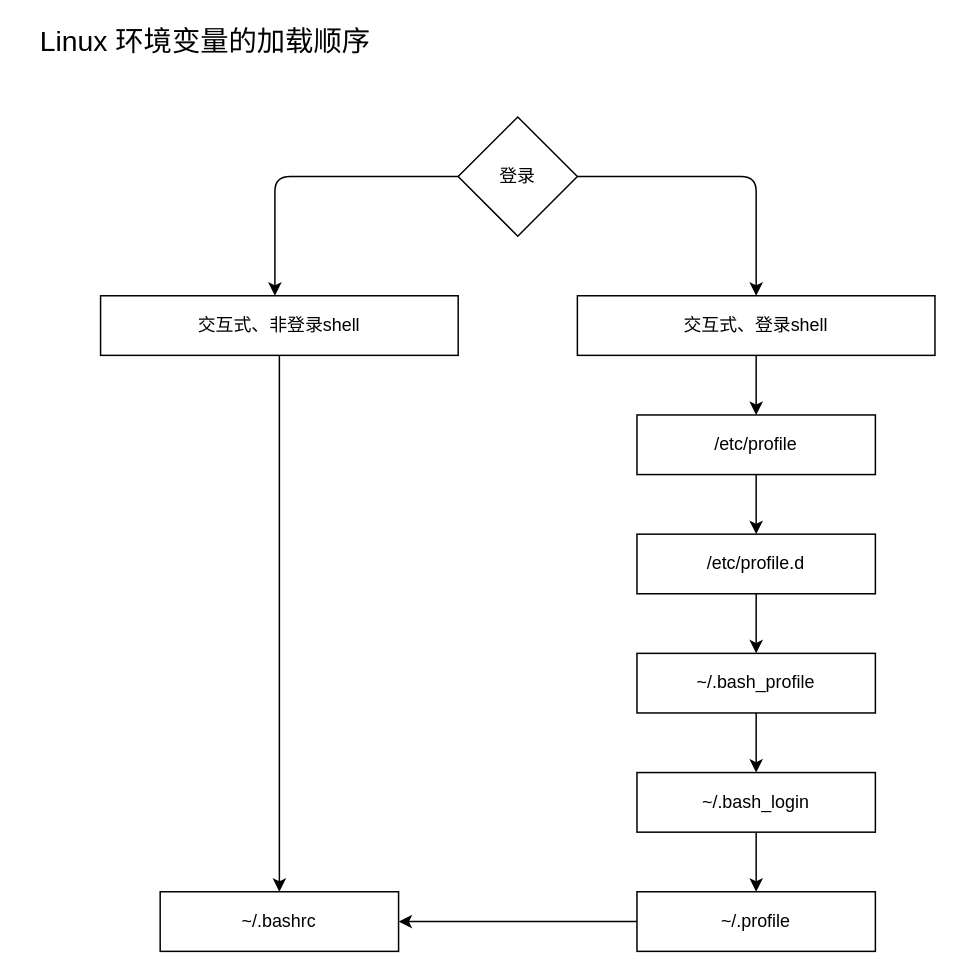
This is linux-profile加载顺序.drawio from wulilinghan/ling-notebook, a draw.io file, before an edit. Source tidied: cells renumbered, new cells numbered last; positions are measured from the earlier drawing's top-left corner, leaving out a move shared by most shapes. Both pictures are drawn from the tidied source at 149%, with x=0, y=0 at pixel (25, 27).
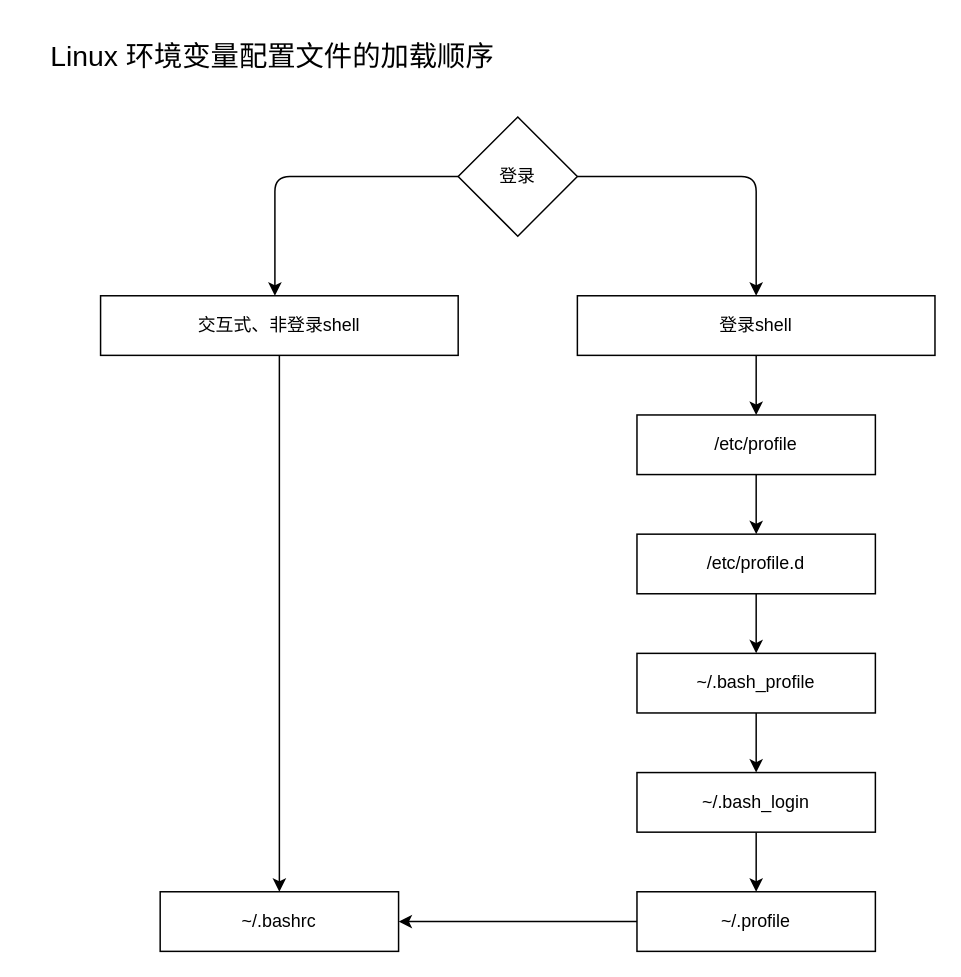
Above is the later version.

Commit message:
更新linux-profile加载顺序.drawio

The edit, as a diff of the source:
```diff
@@
-    <mxCell id="7" value="交互式、登录shell" style="rounded=0;whiteSpace=wrap;html=1;" parent="1" vertex="1">
+    <mxCell id="7" value="登录shell" style="rounded=0;whiteSpace=wrap;html=1;" parent="1" vertex="1">
       <mxGeometry x="370" y="180" width="240" height="40" as="geometry" />
     </mxCell>
@@
-    <mxCell id="20" value="&lt;font style=&quot;font-size: 19px&quot;&gt;Linux 环境变量的加载顺序&lt;/font&gt;" style="text;html=1;align=center;verticalAlign=middle;strokeColor=none;" parent="1" vertex="1">
-      <mxGeometry width="240" height="20" as="geometry" />
+    <mxCell id="20" value="&lt;font style=&quot;font-size: 19px&quot;&gt;Linux 环境变量配置文件的加载顺序&lt;/font&gt;" style="text;html=1;align=center;verticalAlign=middle;strokeColor=none;" parent="1" vertex="1">
+      <mxGeometry x="10" y="10" width="310" height="20" as="geometry" />
     </mxCell>
```
